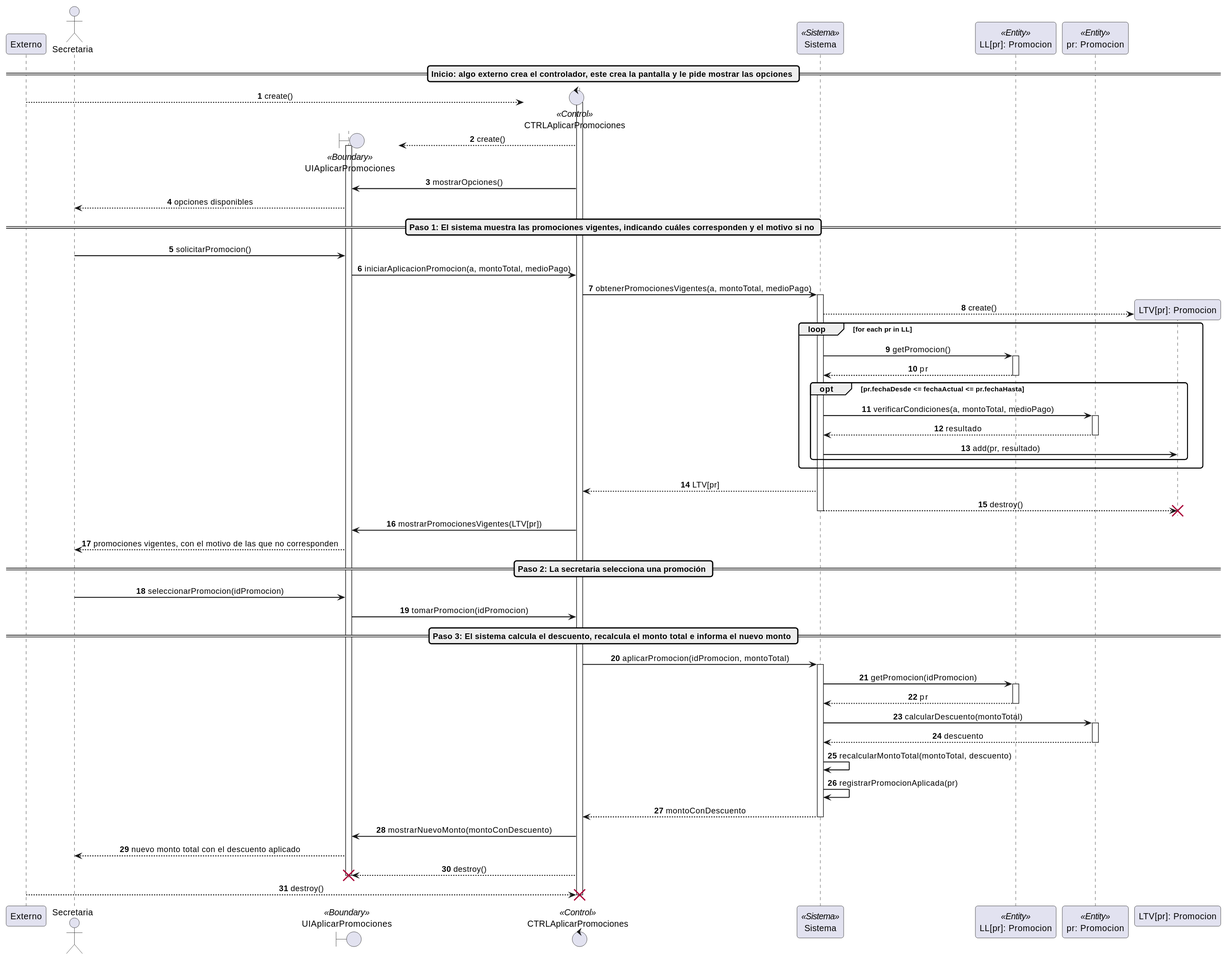
This is tpi2/02-realizacion-cu/4c_secuencia_aplicar_promociones.svg from sandobaitt/TpDiseno, a PlantUML export, as it was before one commit.
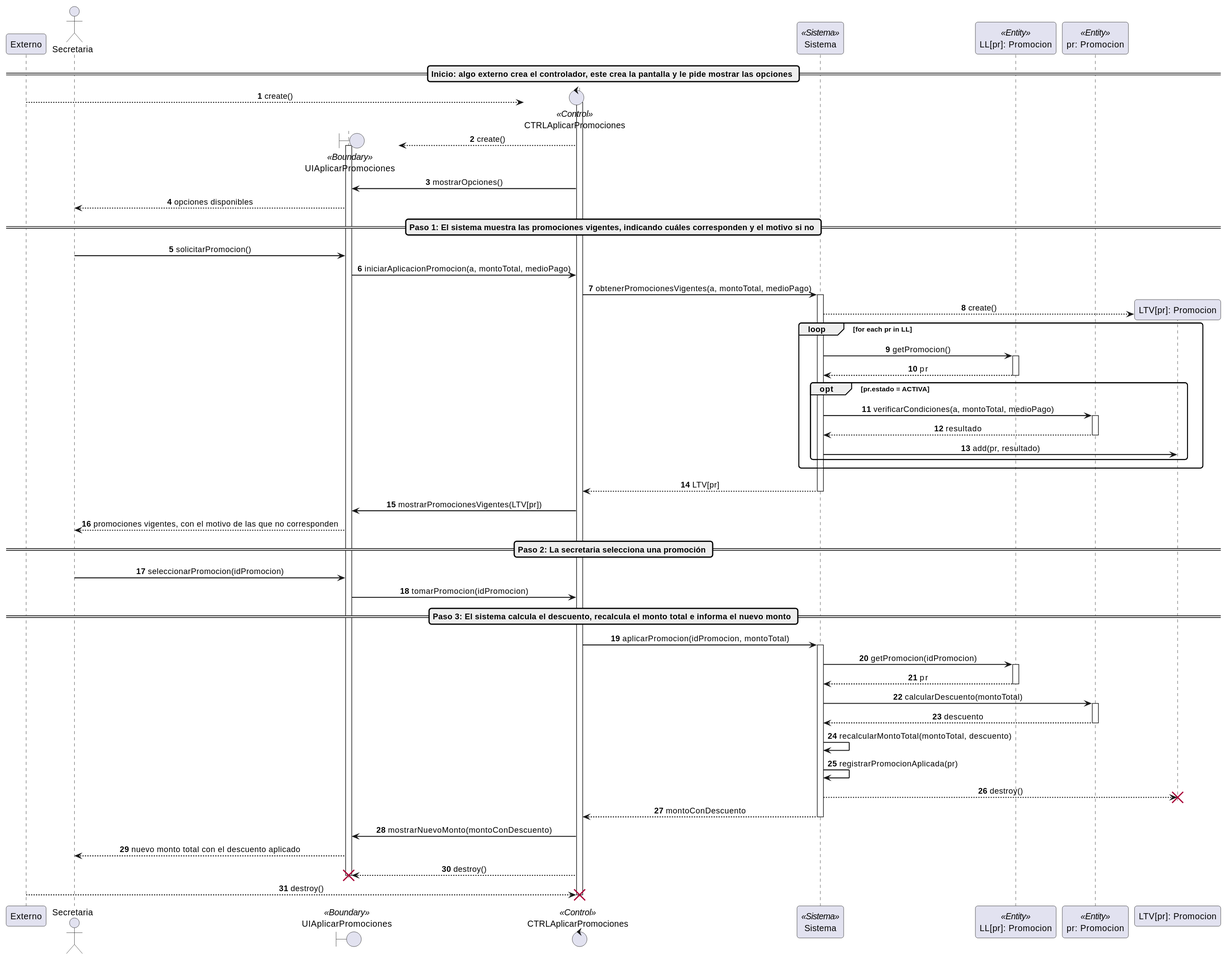
After the commit.

What changed in the source:
```diff
@@ -43,7 +43,7 @@
     LLPR --> Sistema: pr
     deactivate LLPR
 
-    opt pr.fechaDesde <= fechaActual <= pr.fechaHasta
+    opt pr.estado = ACTIVA
         Sistema -> Promocion: verificarCondiciones(a, montoTotal, medioPago)
         activate Promocion
         Promocion --> Sistema: resultado
@@ -54,8 +54,6 @@
 end
 
 Sistema --> CTRLCU: LTV[pr]
-Sistema --> LTV: destroy()
-destroy LTV
 deactivate Sistema
 
 CTRLCU -> UI: mostrarPromocionesVigentes(LTV[pr])
@@ -82,6 +80,9 @@
 Sistema -> Sistema: recalcularMontoTotal(montoTotal, descuento)
 Sistema -> Sistema: registrarPromocionAplicada(pr)
 
+Sistema --> LTV: destroy()
+destroy LTV
+
 Sistema --> CTRLCU: montoConDescuento
 deactivate Sistema
 
```
